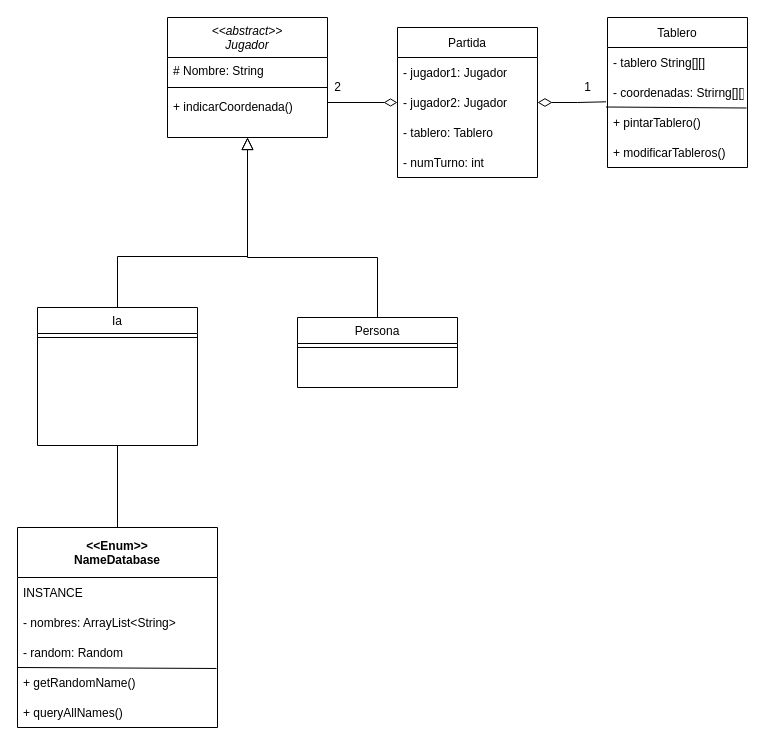
Above: src/diagramaDeClases/GoMokuClases.drawio in dquitor630/GoMoku (draw.io), before the change. Source tidied: cells renumbered, new cells numbered last; positions are measured from the earlier drawing's top-left corner, leaving out a move shared by most shapes. Both pictures are drawn from the tidied source at 100%, with x=0, y=0 at pixel (17, 17).
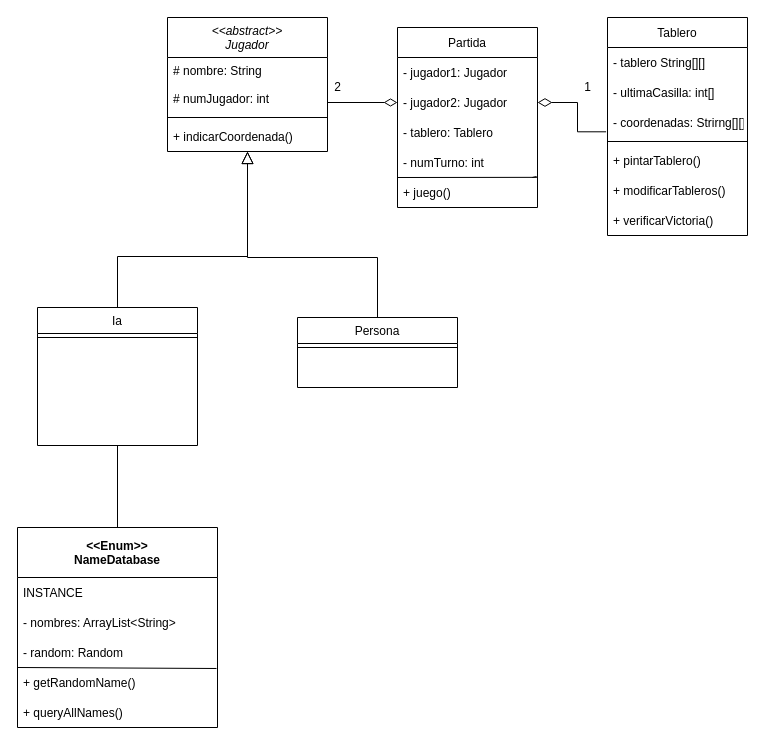
After the change.

Commit message (it also covers changes not shown here):
pequeño cambio del diagrama de clases

The change refers to these unchanged cells:
```xml
<mxCell id="30" value="- numTurno: int" style="text;strokeColor=none;fillColor=none;align=left;verticalAlign=middle;spacingLeft=4;spacingRight=4;overflow=hidden;points=[[0,0.5],[1,0.5]];portConstraint=eastwest;" parent="26" vertex="1">
  <mxGeometry y="120" width="140" height="30" as="geometry" />
</mxCell>
```

Diff of the diagram source:
```diff
@@
     <mxCell id="2" value="&lt;&lt;abstract&gt;&gt;&#10;Jugador" style="swimlane;fontStyle=2;align=center;verticalAlign=top;horizontal=1;startSize=40;rounded=0;shadow=0;strokeWidth=1;" parent="1" vertex="1">
-      <mxGeometry x="150" width="160" height="120" as="geometry" />
+      <mxGeometry x="150" width="160" height="134" as="geometry" />
     </mxCell>
-    <mxCell id="3" value="# Nombre: String" style="text;align=left;verticalAlign=top;spacingLeft=4;spacingRight=4;overflow=hidden;" parent="2" vertex="1">
+    <mxCell id="3" value="# nombre: String" style="text;align=left;verticalAlign=top;spacingLeft=4;spacingRight=4;overflow=hidden;" parent="2" vertex="1">
       <mxGeometry y="40" width="160" height="26" as="geometry" />
     </mxCell>
+    <mxCell id="35" value="# numJugador: int" style="text;strokeColor=none;fillColor=none;align=left;verticalAlign=middle;spacingLeft=4;spacingRight=4;overflow=hidden;" parent="2" vertex="1">
+      <mxGeometry y="66" width="160" height="30" as="geometry" />
+    </mxCell>
     <mxCell id="4" style="line;html=1;strokeWidth=1;align=left;verticalAlign=middle;spacingTop=-1;spacingLeft=3;spacingRight=3;labelPosition=right;" parent="2" vertex="1">
-      <mxGeometry y="66" width="160" height="8" as="geometry" />
+      <mxGeometry y="96" width="160" height="8" as="geometry" />
     </mxCell>
     <mxCell id="5" value="+ indicarCoordenada()" style="text;strokeColor=none;fillColor=none;align=left;verticalAlign=middle;spacingLeft=4;spacingRight=4;overflow=hidden;" parent="2" vertex="1">
-      <mxGeometry y="74" width="160" height="30" as="geometry" />
+      <mxGeometry y="104" width="160" height="30" as="geometry" />
     </mxCell>
@@
     <mxCell id="20" value="Tablero" style="swimlane;fontStyle=0;horizontal=1;startSize=30;" parent="1" vertex="1">
-      <mxGeometry x="590" width="140" height="150" as="geometry" />
+      <mxGeometry x="590" width="140" height="218" as="geometry" />
     </mxCell>
@@
+    <mxCell id="36" value="- ultimaCasilla: int[]" style="text;strokeColor=none;fillColor=none;align=left;verticalAlign=middle;spacingLeft=4;spacingRight=4;overflow=hidden;" parent="20" vertex="1">
+      <mxGeometry y="60" width="140" height="30" as="geometry" />
+    </mxCell>
     <mxCell id="22" value="- coordenadas: Strirng[][]" style="text;strokeColor=none;fillColor=none;align=left;verticalAlign=middle;spacingLeft=4;spacingRight=4;overflow=hidden;points=[[0,0.5],[1,0.5]];portConstraint=eastwest;" parent="20" vertex="1">
-      <mxGeometry y="60" width="140" height="30" as="geometry" />
+      <mxGeometry y="90" width="140" height="30" as="geometry" />
     </mxCell>
-    <mxCell id="23" style="endArrow=none;html=1;rounded=0;entryX=0.993;entryY=1.017;entryDx=0;entryDy=0;entryPerimeter=0;exitX=-0.011;exitY=-0.017;exitDx=0;exitDy=0;exitPerimeter=0;" parent="20" edge="1" target="22">
-      <mxGeometry relative="1" as="geometry">
-        <mxPoint x="-1.5" y="89.5" as="sourcePoint" />
-      </mxGeometry>
-    </mxCell>
+    <mxCell id="37" style="line;html=1;strokeWidth=1;align=left;verticalAlign=middle;spacingTop=-1;spacingLeft=3;spacingRight=3;labelPosition=right;" parent="20" vertex="1">
+      <mxGeometry y="120" width="140" height="8" as="geometry" />
+    </mxCell>
     <mxCell id="24" value="+ pintarTablero()" style="text;strokeColor=none;fillColor=none;align=left;verticalAlign=middle;spacingLeft=4;spacingRight=4;overflow=hidden;" parent="20" vertex="1">
-      <mxGeometry y="90" width="140" height="30" as="geometry" />
+      <mxGeometry y="128" width="140" height="30" as="geometry" />
     </mxCell>
     <mxCell id="25" value="+ modificarTableros()" style="text;strokeColor=none;fillColor=none;align=left;verticalAlign=middle;spacingLeft=4;spacingRight=4;overflow=hidden;" parent="20" vertex="1">
-      <mxGeometry y="120" width="140" height="30" as="geometry" />
+      <mxGeometry y="158" width="140" height="30" as="geometry" />
     </mxCell>
+    <mxCell id="38" value="+ verificarVictoria()" style="text;strokeColor=none;fillColor=none;align=left;verticalAlign=middle;spacingLeft=4;spacingRight=4;overflow=hidden;" parent="20" vertex="1">
+      <mxGeometry y="188" width="140" height="30" as="geometry" />
+    </mxCell>
     <mxCell id="26" value="Partida" style="swimlane;fontStyle=0;horizontal=1;startSize=30;" parent="1" vertex="1">
-      <mxGeometry x="380" y="10" width="140" height="150" as="geometry" />
+      <mxGeometry x="380" y="10" width="140" height="180" as="geometry" />
     </mxCell>
@@
+    <mxCell id="39" style="endArrow=none;html=1;rounded=0;entryX=0.993;entryY=0.967;entryDx=0;entryDy=0;entryPerimeter=0;startArrow=none;" parent="26" edge="1" source="41" target="30">
+      <mxGeometry relative="1" as="geometry" />
+    </mxCell>
+    <mxCell id="40" style="endArrow=none;html=1;rounded=0;entryX=0.996;entryY=-0.005;entryDx=0;entryDy=0;entryPerimeter=0;" parent="26" edge="1" target="41">
+      <mxGeometry relative="1" as="geometry">
+        <mxPoint y="150" as="sourcePoint" />
+      </mxGeometry>
+    </mxCell>
@@
+    <mxCell id="41" value="+ juego()" style="text;strokeColor=none;fillColor=none;align=left;verticalAlign=middle;spacingLeft=4;spacingRight=4;overflow=hidden;points=[[0,0.5],[1,0.5]];portConstraint=eastwest;" parent="26" vertex="1">
+      <mxGeometry y="150" width="140" height="30" as="geometry" />
+    </mxCell>
```
